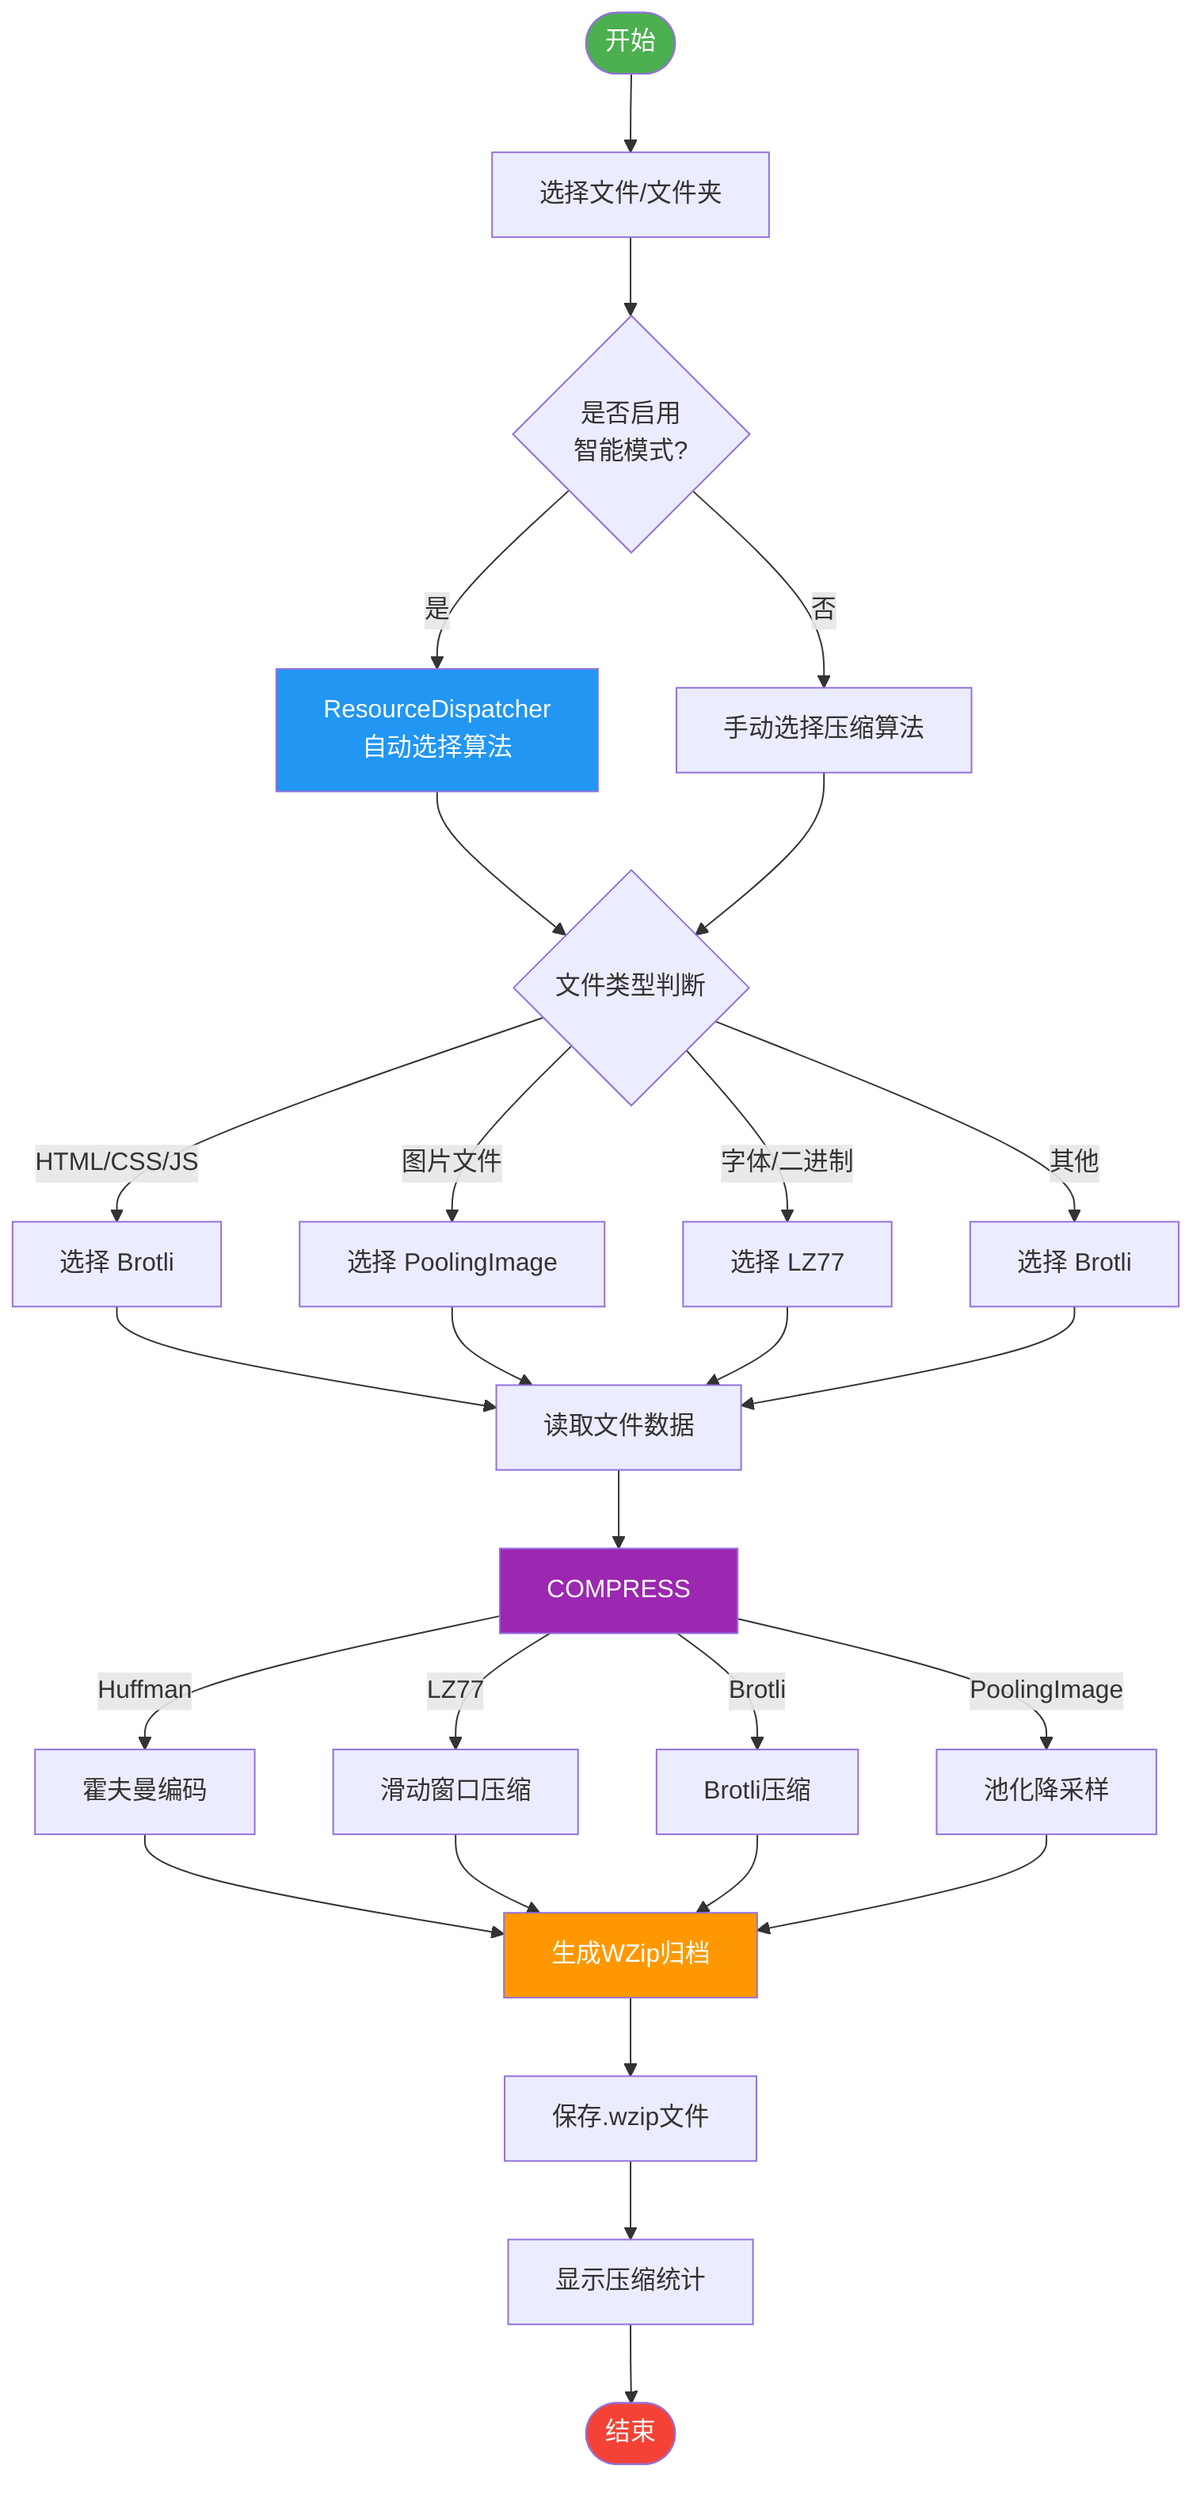
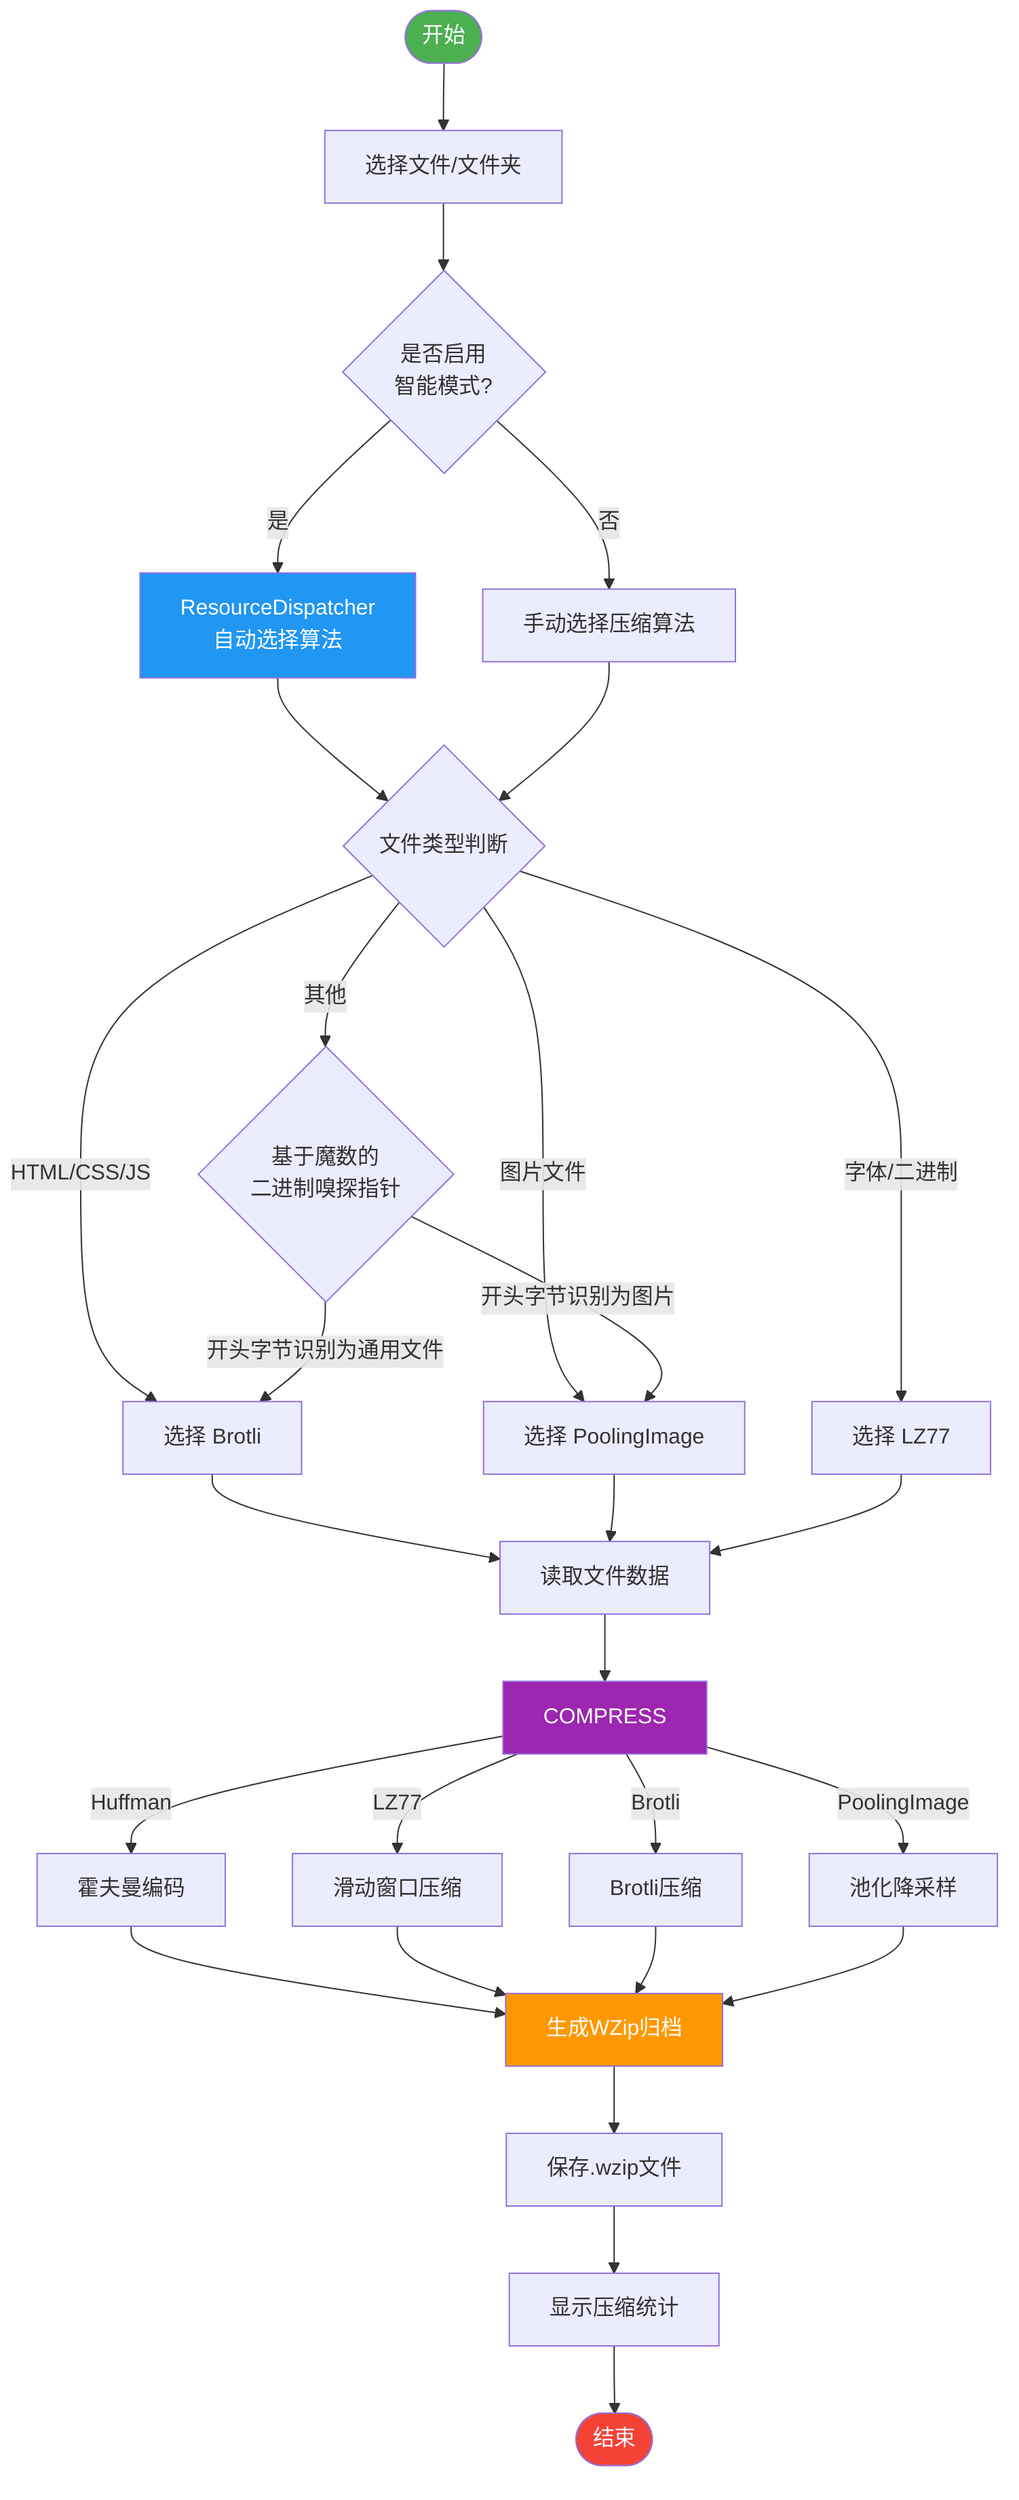
%% 数据处理流程图
%% 展示文件从选择到压缩归档的完整流程
flowchart TD
    START([开始]) --> SELECT[选择文件/文件夹]

    SELECT --> SM{是否启用<br/>智能模式?}

    SM -->|是| DISPATCH[ResourceDispatcher<br/>自动选择算法]
    SM -->|否| MANUAL[手动选择压缩算法]

    DISPATCH --> EXT{文件类型判断}
    MANUAL --> EXT

    EXT -->|HTML/CSS/JS| BRO[选择 Brotli]
    EXT -->|图片文件| POOL[选择 PoolingImage]
    EXT -->|字体/二进制| LZ[选择 LZ77]
-     EXT -->|其他| BRO2[选择 Brotli]
+     EXT -->|其他| MAGIC{基于魔数的<br/>二进制嗅探指针}
+     MAGIC -->|开头字节识别为图片| POOL
+     MAGIC -->|开头字节识别为通用文件| BRO[选择 Brotli]

    BRO --> READ[读取文件数据]
    POOL --> READ
    LZ --> READ
-     BRO2 --> READ

    READ --> COMPRESS

    COMPRESS -->|Huffman| HF[霍夫曼编码]
    COMPRESS -->|LZ77| LZ77[滑动窗口压缩]
    COMPRESS -->|Brotli| BROTLI[Brotli压缩]
    COMPRESS -->|PoolingImage| PI[池化降采样]

    HF --> ARCHIVE
    LZ77 --> ARCHIVE
    BROTLI --> ARCHIVE
    PI --> ARCHIVE

    ARCHIVE[生成WZip归档] --> SAVE[保存.wzip文件]
    SAVE --> OUTPUT[显示压缩统计]
    OUTPUT --> END([结束])

    style START fill:#4CAF50,color:#fff
    style END fill:#f44336,color:#fff
    style DISPATCH fill:#2196F3,color:#fff
    style ARCHIVE fill:#FF9800,color:#fff
    style COMPRESS fill:#9C27B0,color:#fff
